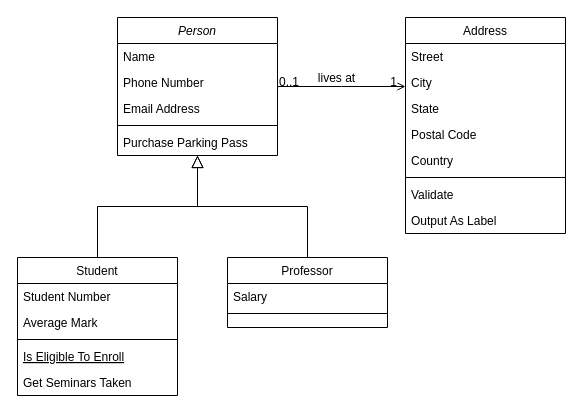
The draw.io diagram diagrams/Untitled Diagram.drawio in viswa588/goLanguage, before the edit. Source tidied: cells renumbered, new cells numbered last; positions are measured from the earlier drawing's top-left corner, leaving out a move shared by most shapes. Both pictures are drawn from the tidied source at 100%, with x=0, y=0 at pixel (17, 17).
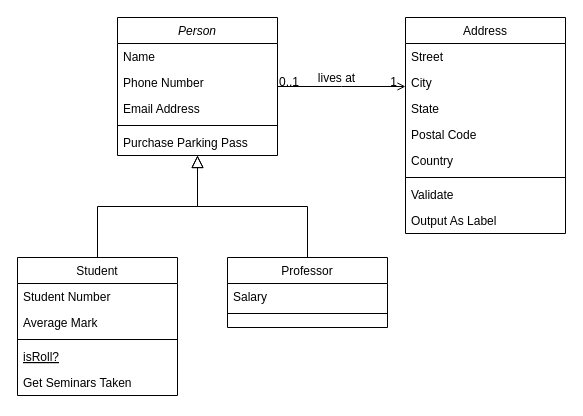
The same page after the edit.

Unchanged cells that the change refers to:
```xml
<mxCell id="8" value="Student" style="swimlane;fontStyle=0;align=center;verticalAlign=top;horizontal=1;startSize=26;rounded=0;shadow=0;strokeWidth=1;" parent="1" vertex="1">
  <mxGeometry y="240" width="160" height="138" as="geometry" />
</mxCell>
```

What changed in the source:
```diff
@@
-    <mxCell id="12" value="Is Eligible To Enroll" style="text;align=left;verticalAlign=top;spacingLeft=4;spacingRight=4;overflow=hidden;fontStyle=4;" parent="8" vertex="1">
+    <mxCell id="12" value="isRoll?&#10;" style="text;align=left;verticalAlign=top;spacingLeft=4;spacingRight=4;overflow=hidden;fontStyle=4;" parent="8" vertex="1">
       <mxGeometry y="86" width="160" height="26" as="geometry" />
     </mxCell>
```
